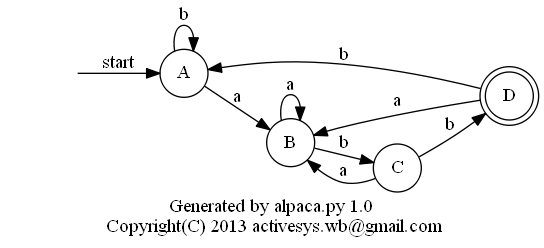
This is doc/sample.png from activesys/alpaca-llama, a Graphviz export, as it was before one commit. Its source is kept beside it as doc/sample.gv.
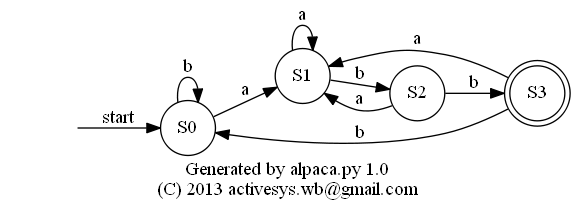
Later version of the same file.

The edit, as a diff of the source:
```diff
@@ -1,15 +1,15 @@
-digraph sample {
-    graph [rankdir = LR, label = "Generated by alpaca.py 1.0\n Copyright(C) 2013 activesys.wb@gmail.com"];
+digraph G {
+    graph [rankdir = LR, label = "Generated by alpaca.py 1.0\n(C) 2013 activesys.wb@gmail.com"];
     node [shape = circle];
     start [shape = plaintext, label = ""];
-    D [shape = doublecircle];
-    start -> A [label = "start"];
-    A -> A [label = "b"];
-    A -> B [label = "a"];
-    B -> B [label = "a"];
-    B -> C [label = "b"];
-    C -> B [label = "a"];
-    C -> D [label = "b"];
-    D -> B [label = "a"];
-    D -> A [label = "b"];
+    start -> S0 [label = "start"];
+    S3 [shape = doublecircle];
+    S0 -> S0 [label = "b"];
+    S0 -> S1 [label = "a"];
+    S1 -> S1 [label = "a"];
+    S1 -> S2 [label = "b"];
+    S2 -> S1 [label = "a"];
+    S2 -> S3 [label = "b"];
+    S3 -> S1 [label = "a"];
+    S3 -> S0 [label = "b"];
 }
```
